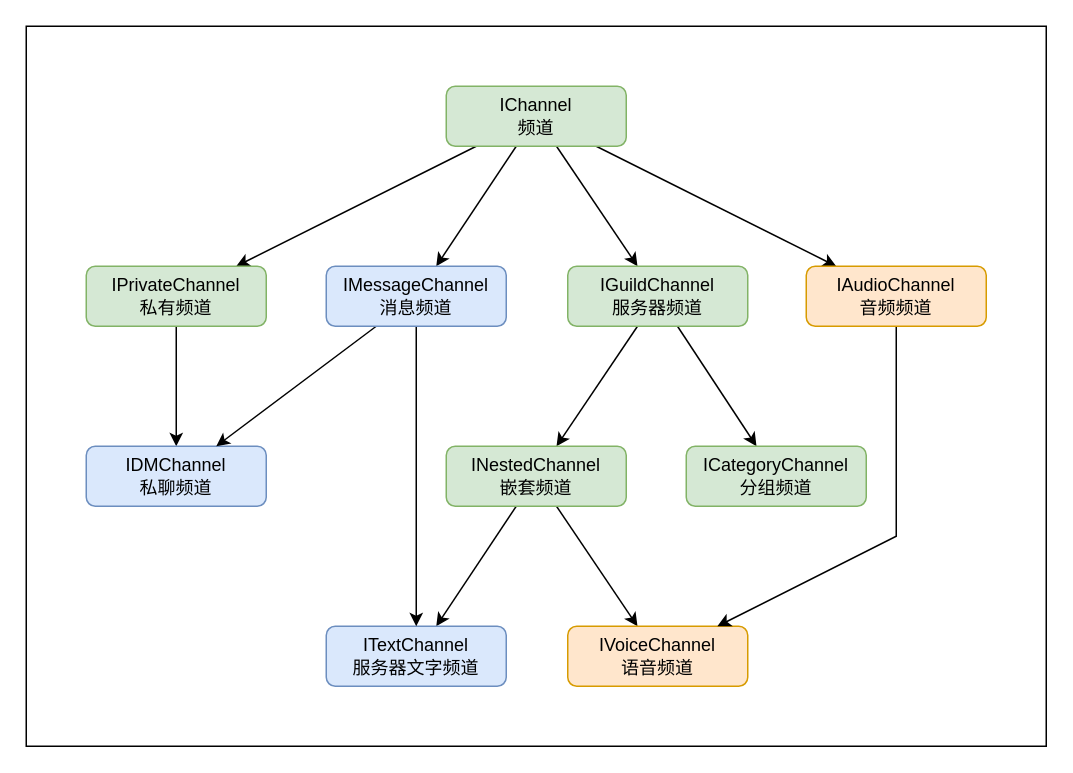
gehongyan/Kook.Net.Doc keeps this draw.io diagram as page "IChannel" (1 of 3) of docs/guides/entities/images/EntityCharts.drawio. Above is the earlier version. Source tidied: cells renumbered, new cells numbered last; positions are measured from the earlier drawing's top-left corner, leaving out a move shared by most shapes. Both pictures are drawn from the tidied source at 150%, with x=0, y=0 at pixel (26, 26).
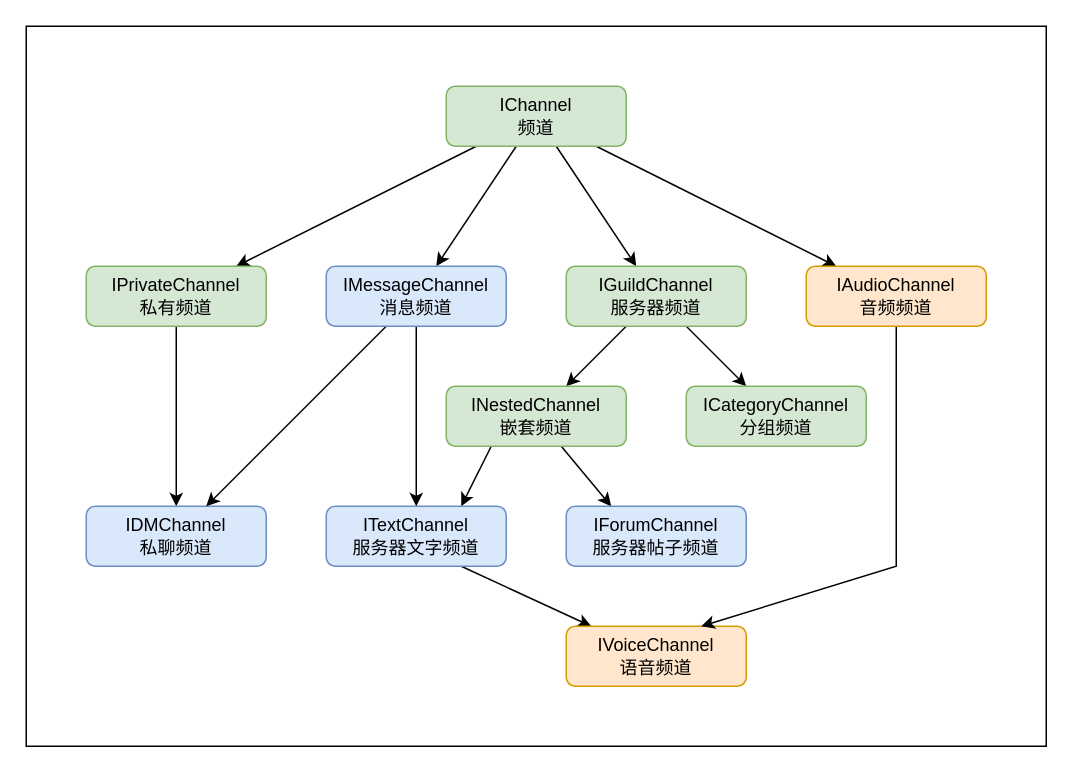
Above is the later version.

The change refers to these unchanged cells:
```xml
<mxCell id="22" value="IMessageChannel&lt;br&gt;消息频道" style="rounded=1;whiteSpace=wrap;html=1;fillColor=#dae8fc;strokeColor=#6c8ebf;" parent="1" vertex="1">
  <mxGeometry x="200" y="160" width="120" height="40" as="geometry" />
</mxCell>
<mxCell id="24" value="IAudioChannel&lt;br&gt;音频频道" style="rounded=1;whiteSpace=wrap;html=1;fillColor=#ffe6cc;strokeColor=#d79b00;" parent="1" vertex="1">
  <mxGeometry x="520" y="160" width="120" height="40" as="geometry" />
</mxCell>
```

Change to the diagram source:
```diff
@@
     <mxCell id="10" value="IDMChannel&lt;br&gt;私聊频道" style="rounded=1;whiteSpace=wrap;html=1;fillColor=#dae8fc;strokeColor=#6c8ebf;" parent="1" vertex="1">
-      <mxGeometry x="40" y="280" width="120" height="40" as="geometry" />
+      <mxGeometry x="40" y="320" width="120" height="40" as="geometry" />
     </mxCell>
@@
     <mxCell id="13" value="IGuildChannel&lt;br&gt;服务器频道" style="rounded=1;whiteSpace=wrap;html=1;fillColor=#d5e8d4;strokeColor=#82b366;" parent="1" vertex="1">
-      <mxGeometry x="361" y="160" width="120" height="40" as="geometry" />
+      <mxGeometry x="360" y="160" width="120" height="40" as="geometry" />
     </mxCell>
     <mxCell id="14" value="ICategoryChannel&lt;br&gt;分组频道" style="rounded=1;whiteSpace=wrap;html=1;fillColor=#d5e8d4;strokeColor=#82b366;" parent="1" vertex="1">
-      <mxGeometry x="440" y="280" width="120" height="40" as="geometry" />
+      <mxGeometry x="440" y="240" width="120" height="40" as="geometry" />
     </mxCell>
-    <mxCell id="15" style="edgeStyle=none;rounded=0;jettySize=auto;html=1;shadow=0;" parent="1" edge="1" source="17" target="19">
+    <mxCell id="15" style="edgeStyle=none;rounded=0;jettySize=auto;html=1;shadow=0;exitX=0.25;exitY=1;exitDx=0;exitDy=0;entryX=0.75;entryY=0;entryDx=0;entryDy=0;" parent="1" edge="1" source="17" target="19">
       <mxGeometry relative="1" as="geometry" />
     </mxCell>
-    <mxCell id="16" style="edgeStyle=none;rounded=0;jettySize=auto;html=1;shadow=0;" parent="1" edge="1" source="17" target="18">
+    <mxCell id="16" style="edgeStyle=none;rounded=0;jettySize=auto;html=1;shadow=0;exitX=0.75;exitY=1;exitDx=0;exitDy=0;" parent="1" edge="1" source="19" target="18">
       <mxGeometry relative="1" as="geometry" />
     </mxCell>
+    <mxCell id="25" style="rounded=0;jettySize=auto;html=1;entryX=0.25;entryY=0;entryDx=0;entryDy=0;strokeColor=default;" parent="1" edge="1" source="17" target="26">
+      <mxGeometry relative="1" as="geometry" />
+    </mxCell>
     <mxCell id="17" value="INestedChannel&lt;br&gt;嵌套频道" style="rounded=1;whiteSpace=wrap;html=1;fillColor=#d5e8d4;strokeColor=#82b366;" parent="1" vertex="1">
-      <mxGeometry x="280" y="280" width="120" height="40" as="geometry" />
+      <mxGeometry x="280" y="240" width="120" height="40" as="geometry" />
     </mxCell>
     <mxCell id="18" value="IVoiceChannel&lt;br&gt;语音频道" style="rounded=1;whiteSpace=wrap;html=1;fillColor=#ffe6cc;strokeColor=#d79b00;" parent="1" vertex="1">
-      <mxGeometry x="361" y="400" width="120" height="40" as="geometry" />
+      <mxGeometry x="360" y="400" width="120" height="40" as="geometry" />
     </mxCell>
     <mxCell id="19" value="ITextChannel&lt;br&gt;服务器文字频道" style="rounded=1;whiteSpace=wrap;html=1;fillColor=#dae8fc;strokeColor=#6c8ebf;" parent="1" vertex="1">
-      <mxGeometry x="200" y="400" width="120" height="40" as="geometry" />
+      <mxGeometry x="200" y="320" width="120" height="40" as="geometry" />
     </mxCell>
@@
-    <mxCell id="21" style="edgeStyle=none;rounded=0;jettySize=auto;html=1;shadow=0;" parent="1" edge="1" source="22" target="19">
+    <mxCell id="21" style="edgeStyle=none;rounded=0;jettySize=auto;html=1;shadow=0;exitX=0.5;exitY=1;exitDx=0;exitDy=0;" parent="1" edge="1" source="22" target="19">
       <mxGeometry relative="1" as="geometry" />
     </mxCell>
@@
-    <mxCell id="23" style="edgeStyle=none;rounded=0;jettySize=auto;html=1;shadow=0;" parent="1" edge="1" source="24" target="18">
+    <mxCell id="23" style="edgeStyle=none;rounded=0;jettySize=auto;html=1;shadow=0;entryX=0.75;entryY=0;entryDx=0;entryDy=0;exitX=0.5;exitY=1;exitDx=0;exitDy=0;" parent="1" edge="1" source="24" target="18">
       <mxGeometry relative="1" as="geometry">
         <Array as="points">
-          <mxPoint x="580" y="340" />
+          <mxPoint x="580" y="360" />
         </Array>
       </mxGeometry>
     </mxCell>
@@
+    <mxCell id="26" value="IForumChannel&lt;br&gt;服务器帖子频道" style="rounded=1;whiteSpace=wrap;html=1;fillColor=#dae8fc;strokeColor=#6c8ebf;" parent="1" vertex="1">
+      <mxGeometry x="360" y="320" width="120" height="40" as="geometry" />
+    </mxCell>
```
